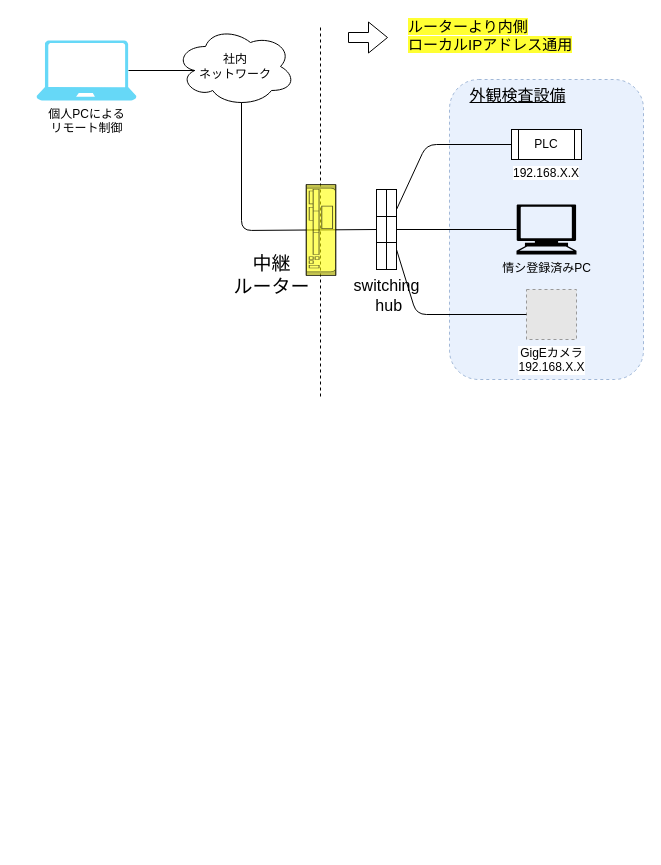
Flamingo-G/hello-world keeps this draw.io diagram as images/net.drawio. Above is the earlier version. Source tidied: cells renumbered, new cells numbered last; positions are measured from the earlier drawing's top-left corner, leaving out a move shared by most shapes. Both pictures are drawn from the tidied source at 100%, with x=0, y=0 at pixel (36, 20). Pictures stored in the file or linked from it are replaced by grey dashed boxes.
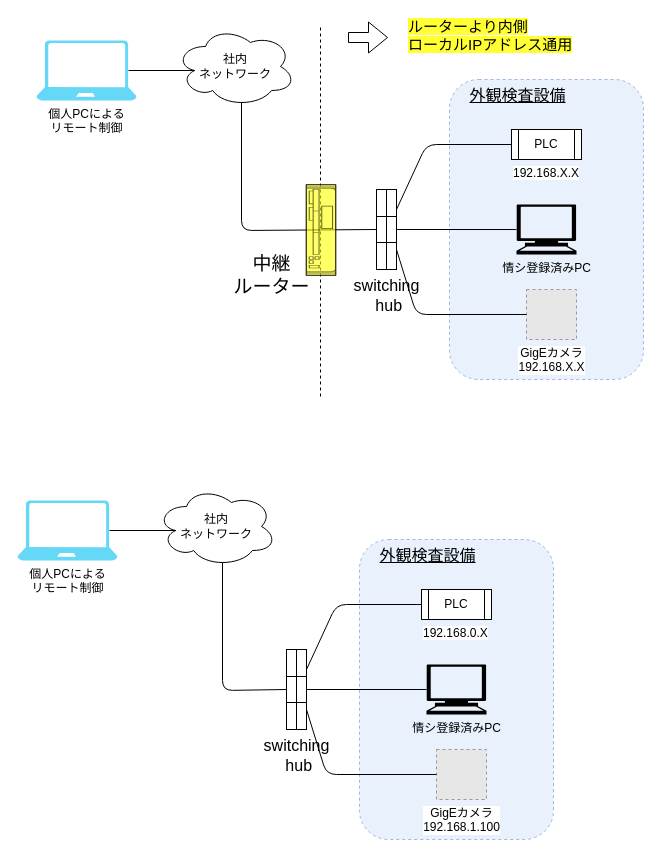
Above is the later version.

Commit message:
net.drawio を更新します

What changed in the source:
```diff
@@
+    <mxCell id="24" style="rounded=1;whiteSpace=wrap;html=1;dashed=1;labelBackgroundColor=none;fillColor=#dae8fc;strokeColor=#6c8ebf;opacity=60;" parent="1" vertex="1">
+      <mxGeometry x="323" y="519" width="194" height="300" as="geometry" />
+    </mxCell>
+    <mxCell id="25" value="情シ登録済みPC" style="shape=mxgraph.signs.tech.computer;html=1;fillColor=#000000;strokeColor=none;verticalLabelPosition=bottom;verticalAlign=top;align=center;" parent="1" vertex="1">
+      <mxGeometry x="390" y="644" width="60" height="50" as="geometry" />
+    </mxCell>
+    <mxCell id="26" value="社内&lt;br&gt;ネットワーク" style="ellipse;shape=cloud;whiteSpace=wrap;html=1;" parent="1" vertex="1">
+      <mxGeometry x="120" y="466" width="120" height="80" as="geometry" />
+    </mxCell>
+    <mxCell id="27" style="shape=process;whiteSpace=wrap;html=1;backgroundOutline=1;size=0.3333333333333333;rotation=90;fillColor=#FFFFFF;" parent="1" vertex="1">
+      <mxGeometry x="220" y="659" width="80" height="20" as="geometry" />
+    </mxCell>
+    <mxCell id="28" value="GigEカメラ&lt;br&gt;192.168.1.100" style="fillColor=#E6E6E6;strokeColor=#999999;dashed=1;html=1;verticalAlign=top;verticalLabelPosition=bottom;labelBackgroundColor=#ffffff;" parent="1" vertex="1">
+      <mxGeometry x="400" y="729" width="50" height="50" as="geometry" />
+    </mxCell>
+    <mxCell id="29" style="endArrow=none;html=1;entryX=0;entryY=0.5;entryDx=0;entryDy=0;exitX=0.25;exitY=0;exitDx=0;exitDy=0;" parent="1" edge="1" source="27" target="34">
+      <mxGeometry relative="1" as="geometry">
+        <Array as="points">
+          <mxPoint x="300" y="584" />
+        </Array>
+      </mxGeometry>
+    </mxCell>
+    <mxCell id="30" style="endArrow=none;html=1;entryX=0;entryY=0.5;entryDx=0;entryDy=0;exitX=0.75;exitY=0;exitDx=0;exitDy=0;" parent="1" edge="1" source="27" target="28">
+      <mxGeometry relative="1" as="geometry">
+        <Array as="points">
+          <mxPoint x="290" y="754" />
+        </Array>
+      </mxGeometry>
+    </mxCell>
+    <mxCell id="31" style="endArrow=none;html=1;entryX=0;entryY=0.5;entryDx=0;entryDy=0;entryPerimeter=0;exitX=0.5;exitY=0;exitDx=0;exitDy=0;" parent="1" edge="1" source="27" target="25">
+      <mxGeometry relative="1" as="geometry" />
+    </mxCell>
+    <mxCell id="32" style="endArrow=none;html=1;entryX=0.55;entryY=0.95;entryDx=0;entryDy=0;exitX=0.5;exitY=1;exitDx=0;exitDy=0;entryPerimeter=0;" parent="1" edge="1" source="27" target="26">
+      <mxGeometry relative="1" as="geometry">
+        <Array as="points">
+          <mxPoint x="186" y="670" />
+        </Array>
+      </mxGeometry>
+    </mxCell>
+    <mxCell id="33" style="endArrow=none;html=1;entryX=0;entryY=0.5;entryDx=0;entryDy=0;exitX=1;exitY=0.5;exitDx=0;exitDy=0;" parent="1" edge="1" source="27" target="27">
+      <mxGeometry relative="1" as="geometry" />
+    </mxCell>
+    <mxCell id="34" value="PLC" style="shape=process;whiteSpace=wrap;html=1;backgroundOutline=1;" parent="1" vertex="1">
+      <mxGeometry x="385" y="569" width="70" height="30" as="geometry" />
+    </mxCell>
+    <mxCell id="35" value="&lt;span style=&quot;color: rgb(0 , 0 , 0) ; font-family: &amp;#34;helvetica&amp;#34; ; font-size: 12px ; font-style: normal ; font-weight: 400 ; letter-spacing: normal ; text-align: center ; text-indent: 0px ; text-transform: none ; word-spacing: 0px ; background-color: rgb(255 , 255 , 255) ; display: inline ; float: none&quot;&gt;192.168.0.X&lt;/span&gt;" style="text;whiteSpace=wrap;html=1;" parent="1" vertex="1">
+      <mxGeometry x="385" y="599" width="90" height="20" as="geometry" />
+    </mxCell>
+    <mxCell id="36" style="edgeStyle=orthogonalEdgeStyle;rounded=0;orthogonalLoop=1;jettySize=auto;html=1;exitX=0.5;exitY=1;exitDx=0;exitDy=0;" parent="1" edge="1" source="24" target="24">
+      <mxGeometry relative="1" as="geometry" />
+    </mxCell>
+    <mxCell id="37" value="&lt;font style=&quot;font-size: 16px&quot;&gt;&lt;u&gt;外観検査設備&lt;/u&gt;&lt;/font&gt;" style="text;html=1;align=center;verticalAlign=middle;" parent="1" vertex="1">
+      <mxGeometry x="336" y="525" width="110" height="20" as="geometry" />
+    </mxCell>
+    <mxCell id="38" value="個人PCによる&lt;br&gt;リモート制御" style="verticalLabelPosition=bottom;html=1;verticalAlign=top;align=center;strokeColor=none;fillColor=#00BEF2;shape=mxgraph.azure.laptop;dashed=1;labelBackgroundColor=none;opacity=60;" parent="1" vertex="1">
+      <mxGeometry x="-19" y="480" width="100" height="60" as="geometry" />
+    </mxCell>
+    <mxCell id="39" style="endArrow=none;html=1;entryX=0.92;entryY=0.5;entryDx=0;entryDy=0;entryPerimeter=0;exitX=0.16;exitY=0.55;exitDx=0;exitDy=0;exitPerimeter=0;" parent="1" edge="1" source="26" target="38">
+      <mxGeometry relative="1" as="geometry" />
+    </mxCell>
+    <mxCell id="40" value="&lt;span style=&quot;font-size: 16px&quot;&gt;switching&lt;br&gt;&amp;nbsp;hub&lt;/span&gt;" style="text;html=1;align=center;verticalAlign=middle;" parent="1" vertex="1">
+      <mxGeometry x="220" y="720" width="80" height="30" as="geometry" />
+    </mxCell>
```
